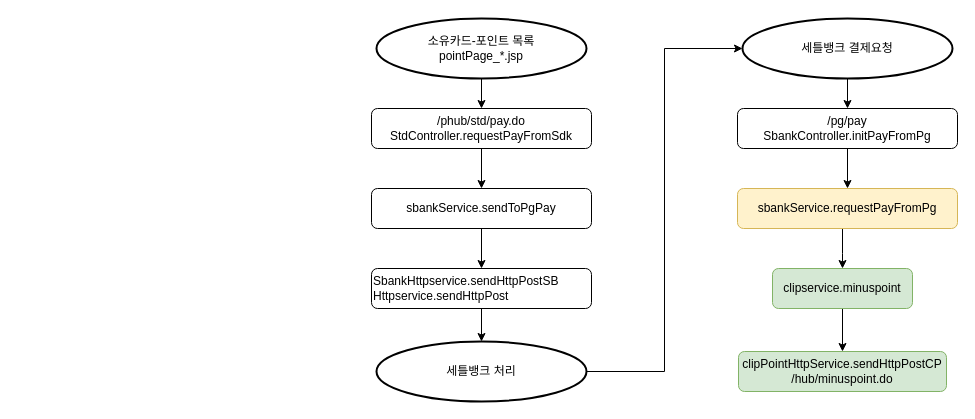
Before: pointHub_PA.drawio in latemorning/sichuan, a draw.io diagram. Source tidied: cells renumbered, new cells numbered last; positions are measured from the earlier drawing's top-left corner, leaving out a move shared by most shapes. Both pictures are drawn from the tidied source at 100%, with x=0, y=0 at pixel (371, 18).
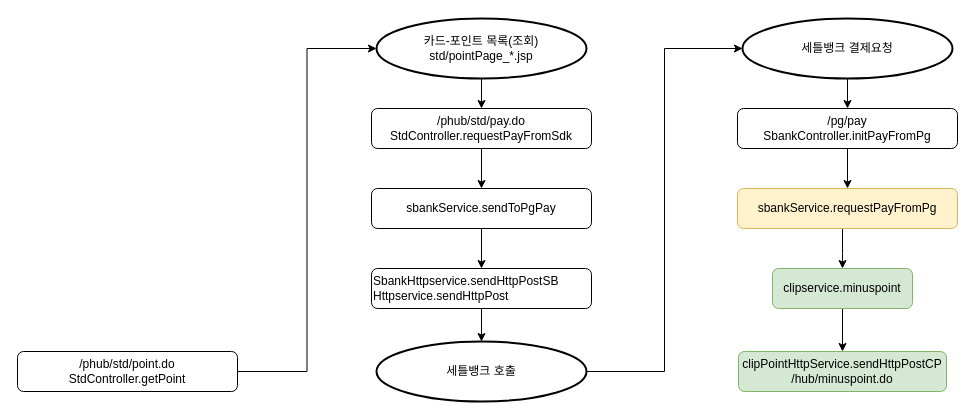
The same diagram, later.

What changed in the source:
```diff
@@
-    <mxCell id="12" value="&lt;span style=&quot;white-space: normal&quot;&gt;소유카드-포인트 목록&lt;br&gt;pointPage_*.jsp&lt;br&gt;&lt;/span&gt;" style="strokeWidth=2;html=1;shape=mxgraph.flowchart.start_1;whiteSpace=wrap;fontSize=12;align=center;" parent="1" vertex="1">
+    <mxCell id="12" value="&lt;span style=&quot;white-space: normal&quot;&gt;카드-포인트 목록(조회)&lt;br&gt;std/pointPage_*.jsp&lt;br&gt;&lt;/span&gt;" style="strokeWidth=2;html=1;shape=mxgraph.flowchart.start_1;whiteSpace=wrap;fontSize=12;align=center;" parent="1" vertex="1">
       <mxGeometry x="5" width="210" height="60" as="geometry" />
     </mxCell>
@@
-    <mxCell id="20" value="&lt;span style=&quot;white-space: normal&quot;&gt;세틀뱅크 처리&lt;br&gt;&lt;/span&gt;" style="strokeWidth=2;html=1;shape=mxgraph.flowchart.start_1;whiteSpace=wrap;fontSize=12;align=center;" parent="1" vertex="1">
+    <mxCell id="20" value="&lt;span style=&quot;white-space: normal&quot;&gt;세틀뱅크 호출&lt;br&gt;&lt;/span&gt;" style="strokeWidth=2;html=1;shape=mxgraph.flowchart.start_1;whiteSpace=wrap;fontSize=12;align=center;" parent="1" vertex="1">
       <mxGeometry x="5" y="323" width="210" height="60" as="geometry" />
     </mxCell>
+    <mxCell id="21" style="edgeStyle=orthogonalEdgeStyle;rounded=0;jettySize=auto;html=1;entryX=0;entryY=0.5;entryDx=0;entryDy=0;entryPerimeter=0;" parent="1" edge="1" source="22" target="12">
+      <mxGeometry relative="1" as="geometry" />
+    </mxCell>
+    <mxCell id="22" value="/phub/std/point.do&lt;br&gt;StdController.getPoint" style="rounded=1;whiteSpace=wrap;html=1;fontSize=12;" parent="1" vertex="1">
+      <mxGeometry x="-354" y="333" width="220" height="40" as="geometry" />
+    </mxCell>
```
